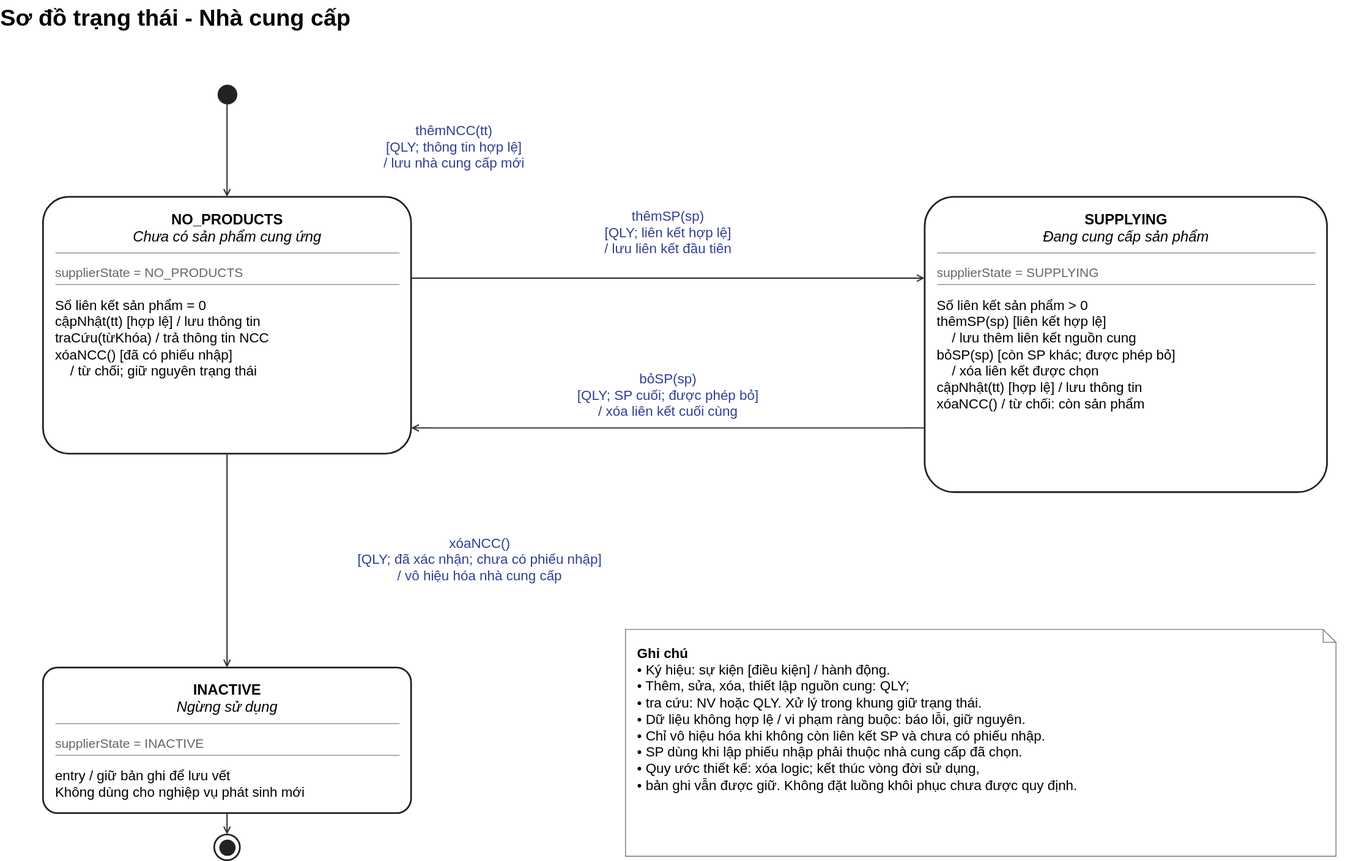
Above: 4.Submit_State/NCC.drawio.svg in DPEldich/DOC-OOAD (draw.io), before the change. Source tidied: cells renumbered, new cells last; positions are measured from the earlier drawing's top-left corner, leaving out a move shared by most shapes.
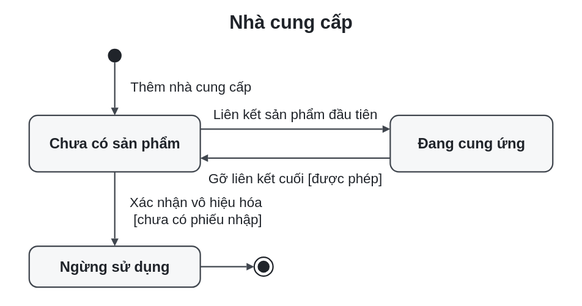
After the commit.

What changed in the source:
```diff
@@ -1,120 +1,50 @@
-<mxGraphModel>
+<mxGraphModel background="#ffffff">
   <root>
     <mxCell id="0" />
     <mxCell id="1" parent="0" />
-    <mxCell id="2" value="&lt;b&gt;Sơ đồ trạng thái - Nhà cung cấp&lt;/b&gt;" style="text;html=1;strokeColor=none;fillColor=none;align=left;verticalAlign=top;whiteSpace=wrap;overflow=hidden;fontFamily=Arial;spacing=0;fontSize=27;" parent="1" vertex="1">
-      <mxGeometry width="1600" height="34" as="geometry" />
+    <mxCell id="2" value="Nhà cung cấp" style="text;strokeColor=none;fillColor=none;fontSize=22;fontStyle=1;fontFamily=Arial;fontColor=#20242a;align=center;verticalAlign=middle;whiteSpace=wrap;html=0;" parent="1" vertex="1">
+      <mxGeometry x="-32" y="-12" width="664" height="36" as="geometry" />
     </mxCell>
+    <mxCell id="21" style="ellipse;strokeColor=#20242a;fillColor=#20242a;strokeWidth=1.6;fontFamily=Arial;fontColor=#20242a;align=center;verticalAlign=middle;whiteSpace=wrap;html=0;" parent="1" vertex="1">
+      <mxGeometry x="86" y="37" width="16" height="16" as="geometry" />
+    </mxCell>
-    <mxCell id="3" style="rounded=1;arcSize=10;whiteSpace=wrap;html=1;fillColor=#ffffff;strokeColor=#222222;strokeWidth=2;" parent="1" vertex="1">
-      <mxGeometry x="50" y="230" width="430" height="300" as="geometry" />
+    <mxCell id="3" value="Chưa có sản phẩm" style="rounded=1;absoluteArcSize=1;arcSize=20;strokeColor=#40464e;strokeWidth=1.6;fillColor=#f6f7f8;fontSize=17;fontStyle=1;fontFamily=Arial;fontColor=#20242a;align=center;verticalAlign=middle;whiteSpace=wrap;html=0;" parent="1" vertex="1">
+      <mxGeometry x="-6" y="115" width="200" height="66" as="geometry" />
     </mxCell>
-    <mxCell id="4" value="&lt;b&gt;NO_PRODUCTS&lt;/b&gt;&lt;br&gt;&lt;i&gt;Chưa có sản phẩm cung ứng&lt;/i&gt;" style="text;html=1;strokeColor=none;fillColor=none;align=left;verticalAlign=top;whiteSpace=wrap;overflow=hidden;fontFamily=Arial;spacing=0;fontSize=17;align=center;" parent="3" vertex="1">
-      <mxGeometry x="12" y="12" width="406" height="50" as="geometry" />
-    </mxCell>
-    <mxCell id="5" value="supplierState = NO_PRODUCTS" style="text;html=1;strokeColor=none;fillColor=none;align=left;verticalAlign=top;whiteSpace=wrap;overflow=hidden;fontFamily=Arial;spacing=0;fontSize=15;fontColor=#666666;" parent="3" vertex="1">
-      <mxGeometry x="14" y="75" width="402" height="25" as="geometry" />
-    </mxCell>
-    <mxCell id="6" value="Số liên kết sản phẩm = 0&lt;br&gt;cậpNhật(tt) [hợp lệ] / lưu thông tin&lt;br&gt;traCứu(từKhóa) / trả thông tin NCC&lt;br&gt;xóaNCC() [đã có phiếu nhập]&lt;br&gt;&amp;nbsp;&amp;nbsp;&amp;nbsp;&amp;nbsp;/ từ chối; giữ nguyên trạng thái" style="text;html=1;strokeColor=none;fillColor=none;align=left;verticalAlign=top;whiteSpace=wrap;overflow=hidden;fontFamily=Arial;spacing=0;fontSize=16;lineHeight=21;" parent="3" vertex="1">
-      <mxGeometry x="14" y="112" width="402" height="178" as="geometry" />
-    </mxCell>
-    <mxCell id="7" style="endArrow=none;startArrow=none;strokeColor=#9a7979;strokeWidth=1;html=1;" parent="3" edge="1">
-      <mxGeometry relative="1" as="geometry">
-        <mxPoint x="14" y="65" as="sourcePoint" />
-        <mxPoint x="416" y="65" as="targetPoint" />
-      </mxGeometry>
-    </mxCell>
-    <mxCell id="8" style="endArrow=none;startArrow=none;strokeColor=#9a7979;strokeWidth=1;html=1;" parent="3" edge="1">
-      <mxGeometry relative="1" as="geometry">
-        <mxPoint x="14" y="102" as="sourcePoint" />
-        <mxPoint x="416" y="102" as="targetPoint" />
-      </mxGeometry>
-    </mxCell>
-    <mxCell id="9" style="rounded=1;arcSize=10;whiteSpace=wrap;html=1;fillColor=#ffffff;strokeColor=#222222;strokeWidth=2;" parent="1" vertex="1">
-      <mxGeometry x="1080" y="230" width="470" height="345" as="geometry" />
+    <mxCell id="9" value="Đang cung ứng" style="rounded=1;absoluteArcSize=1;arcSize=20;strokeColor=#40464e;strokeWidth=1.6;fillColor=#f6f7f8;fontSize=17;fontStyle=1;fontFamily=Arial;fontColor=#20242a;align=center;verticalAlign=middle;whiteSpace=wrap;html=0;" parent="1" vertex="1">
+      <mxGeometry x="416" y="115" width="190" height="66" as="geometry" />
     </mxCell>
-    <mxCell id="10" value="&lt;b&gt;SUPPLYING&lt;/b&gt;&lt;br&gt;&lt;i&gt;Đang cung cấp sản phẩm&lt;/i&gt;" style="text;html=1;strokeColor=none;fillColor=none;align=left;verticalAlign=top;whiteSpace=wrap;overflow=hidden;fontFamily=Arial;spacing=0;fontSize=17;align=center;" parent="9" vertex="1">
-      <mxGeometry x="12" y="12" width="446" height="50" as="geometry" />
-    </mxCell>
-    <mxCell id="11" value="supplierState = SUPPLYING" style="text;html=1;strokeColor=none;fillColor=none;align=left;verticalAlign=top;whiteSpace=wrap;overflow=hidden;fontFamily=Arial;spacing=0;fontSize=15;fontColor=#666666;" parent="9" vertex="1">
-      <mxGeometry x="14" y="75" width="442" height="25" as="geometry" />
-    </mxCell>
-    <mxCell id="12" value="Số liên kết sản phẩm &amp;gt; 0&lt;br&gt;thêmSP(sp) [liên kết hợp lệ]&lt;br&gt;&amp;nbsp;&amp;nbsp;&amp;nbsp;&amp;nbsp;/ lưu thêm liên kết nguồn cung&lt;br&gt;bỏSP(sp) [còn SP khác; được phép bỏ]&lt;br&gt;&amp;nbsp;&amp;nbsp;&amp;nbsp;&amp;nbsp;/ xóa liên kết được chọn&lt;br&gt;cậpNhật(tt) [hợp lệ] / lưu thông tin&lt;br&gt;xóaNCC() / từ chối: còn sản phẩm" style="text;html=1;strokeColor=none;fillColor=none;align=left;verticalAlign=top;whiteSpace=wrap;overflow=hidden;fontFamily=Arial;spacing=0;fontSize=16;lineHeight=21;" parent="9" vertex="1">
-      <mxGeometry x="14" y="112" width="442" height="223" as="geometry" />
-    </mxCell>
-    <mxCell id="13" style="endArrow=none;startArrow=none;strokeColor=#9a7979;strokeWidth=1;html=1;" parent="9" edge="1">
-      <mxGeometry relative="1" as="geometry">
-        <mxPoint x="14" y="65" as="sourcePoint" />
-        <mxPoint x="456" y="65" as="targetPoint" />
-      </mxGeometry>
-    </mxCell>
-    <mxCell id="14" style="endArrow=none;startArrow=none;strokeColor=#9a7979;strokeWidth=1;html=1;" parent="9" edge="1">
-      <mxGeometry relative="1" as="geometry">
-        <mxPoint x="14" y="102" as="sourcePoint" />
-        <mxPoint x="456" y="102" as="targetPoint" />
-      </mxGeometry>
-    </mxCell>
-    <mxCell id="15" style="rounded=1;arcSize=10;whiteSpace=wrap;html=1;fillColor=#ffffff;strokeColor=#222222;strokeWidth=2;" parent="1" vertex="1">
-      <mxGeometry x="50" y="780" width="430" height="170" as="geometry" />
+    <mxCell id="15" value="Ngừng sử dụng" style="rounded=1;absoluteArcSize=1;arcSize=20;strokeColor=#40464e;strokeWidth=1.6;fillColor=#f6f7f8;fontSize=17;fontStyle=1;fontFamily=Arial;fontColor=#20242a;align=center;verticalAlign=middle;whiteSpace=wrap;html=0;" parent="1" vertex="1">
+      <mxGeometry x="-6" y="268" width="200" height="48" as="geometry" />
     </mxCell>
-    <mxCell id="16" value="&lt;b&gt;INACTIVE&lt;/b&gt;&lt;br&gt;&lt;i&gt;Ngừng sử dụng&lt;/i&gt;" style="text;html=1;strokeColor=none;fillColor=none;align=left;verticalAlign=top;whiteSpace=wrap;overflow=hidden;fontFamily=Arial;spacing=0;fontSize=17;align=center;" parent="15" vertex="1">
-      <mxGeometry x="12" y="12" width="406" height="50" as="geometry" />
-    </mxCell>
-    <mxCell id="17" value="supplierState = INACTIVE" style="text;html=1;strokeColor=none;fillColor=none;align=left;verticalAlign=top;whiteSpace=wrap;overflow=hidden;fontFamily=Arial;spacing=0;fontSize=15;fontColor=#666666;" parent="15" vertex="1">
-      <mxGeometry x="14" y="75" width="402" height="25" as="geometry" />
-    </mxCell>
-    <mxCell id="18" value="entry / giữ bản ghi để lưu vết&lt;br&gt;Không dùng cho nghiệp vụ phát sinh mới" style="text;html=1;strokeColor=none;fillColor=none;align=left;verticalAlign=top;whiteSpace=wrap;overflow=hidden;fontFamily=Arial;spacing=0;fontSize=16;lineHeight=21;" parent="15" vertex="1">
-      <mxGeometry x="14" y="112" width="402" height="48" as="geometry" />
-    </mxCell>
-    <mxCell id="19" style="endArrow=none;startArrow=none;strokeColor=#9a7979;strokeWidth=1;html=1;" parent="15" edge="1">
-      <mxGeometry relative="1" as="geometry">
-        <mxPoint x="14" y="65" as="sourcePoint" />
-        <mxPoint x="416" y="65" as="targetPoint" />
-      </mxGeometry>
-    </mxCell>
-    <mxCell id="20" style="endArrow=none;startArrow=none;strokeColor=#9a7979;strokeWidth=1;html=1;" parent="15" edge="1">
-      <mxGeometry relative="1" as="geometry">
-        <mxPoint x="14" y="102" as="sourcePoint" />
-        <mxPoint x="416" y="102" as="targetPoint" />
-      </mxGeometry>
-    </mxCell>
-    <mxCell id="21" style="ellipse;html=1;fillColor=#222222;strokeColor=#222222;" parent="1" vertex="1">
-      <mxGeometry x="254" y="99" width="22" height="22" as="geometry" />
-    </mxCell>
-    <mxCell id="22" style="ellipse;html=1;fillColor=#ffffff;strokeColor=#222222;strokeWidth=2;" parent="1" vertex="1">
-      <mxGeometry x="250" y="975" width="30" height="30" as="geometry" />
+    <mxCell id="22" style="ellipse;fillColor=#ffffff;strokeColor=#20242a;strokeWidth=1.6;" parent="1" vertex="1">
+      <mxGeometry x="257" y="281" width="22" height="22" as="geometry" />
     </mxCell>
-    <mxCell id="23" style="ellipse;html=1;fillColor=#222222;strokeColor=#222222;" parent="1" vertex="1">
-      <mxGeometry x="256" y="981" width="18" height="18" as="geometry" />
+    <mxCell id="23" style="ellipse;fillColor=#20242a;strokeColor=none;" parent="22" vertex="1">
+      <mxGeometry x="4" y="4" width="14" height="14" as="geometry" />
     </mxCell>
-    <mxCell id="24" style="edgeStyle=none;rounded=1;endArrow=open;endFill=0;strokeColor=#333333;strokeWidth=1.5;exitX=0.5;exitY=1;exitPerimeter=0;entryX=0.5;entryY=0.0;entryPerimeter=0;" parent="1" edge="1" source="21" target="3">
-      <mxGeometry relative="1" as="geometry" />
+    <mxCell id="24" value="Thêm nhà cung cấp" style="noEdgeStyle=1;rounded=1;endArrow=block;endFill=1;endSize=8;strokeWidth=1.6;strokeColor=#40464e;fontFamily=Arial;fontSize=16;fontColor=#20242a;align=center;verticalAlign=middle;html=0;exitX=0.5;exitY=1;exitPerimeter=0;entryX=0.5;entryY=0;entryPerimeter=0;" parent="1" edge="1" source="21" target="3">
+      <mxGeometry relative="1" as="geometry">
+        <mxPoint x="89" y="-2" as="offset" />
+      </mxGeometry>
     </mxCell>
-    <mxCell id="25" value="thêmNCC(tt)&lt;br&gt;[QLY; thông tin hợp lệ]&lt;br&gt;/ lưu nhà cung cấp mới" style="text;html=1;strokeColor=none;fillColor=none;align=left;verticalAlign=top;whiteSpace=wrap;overflow=hidden;fontFamily=Arial;spacing=0;fontSize=16;fontColor=#303f92;align=center;fillColor=#ffffff;" parent="1" vertex="1">
-      <mxGeometry x="295" y="138" width="470" height="71" as="geometry" />
-    </mxCell>
-    <mxCell id="26" style="edgeStyle=none;rounded=1;endArrow=open;endFill=0;strokeColor=#333333;strokeWidth=1.5;exitX=1.0;exitY=0.31666666666666665;exitPerimeter=0;entryX=0.0;entryY=0.2753623188405797;entryPerimeter=0;" parent="1" edge="1" source="3" target="9">
-      <mxGeometry relative="1" as="geometry" />
+    <mxCell id="26" value="Liên kết sản phẩm đầu tiên" style="noEdgeStyle=1;rounded=1;endArrow=block;endFill=1;endSize=8;strokeWidth=1.6;strokeColor=#40464e;fontFamily=Arial;fontSize=16;fontColor=#20242a;align=center;verticalAlign=middle;html=0;exitX=1;exitY=0.242424;exitPerimeter=0;entryX=0;entryY=0.242424;entryPerimeter=0;" parent="1" edge="1" source="3" target="9">
+      <mxGeometry relative="1" as="geometry">
+        <mxPoint y="-17" as="offset" />
+      </mxGeometry>
     </mxCell>
-    <mxCell id="27" value="thêmSP(sp)&lt;br&gt;[QLY; liên kết hợp lệ]&lt;br&gt;/ lưu liên kết đầu tiên" style="text;html=1;strokeColor=none;fillColor=none;align=left;verticalAlign=top;whiteSpace=wrap;overflow=hidden;fontFamily=Arial;spacing=0;fontSize=16;fontColor=#303f92;align=center;fillColor=#ffffff;" parent="1" vertex="1">
-      <mxGeometry x="505" y="238" width="550" height="71" as="geometry" />
-    </mxCell>
-    <mxCell id="28" style="edgeStyle=none;rounded=1;endArrow=open;endFill=0;strokeColor=#333333;strokeWidth=1.5;exitX=0.0;exitY=0.782608695652174;exitPerimeter=0;entryX=1.0;entryY=0.9;entryPerimeter=0;" parent="1" edge="1" source="9" target="3">
-      <mxGeometry relative="1" as="geometry" />
+    <mxCell id="28" value="Gỡ liên kết cuối [được phép]" style="noEdgeStyle=1;rounded=1;endArrow=block;endFill=1;endSize=8;strokeWidth=1.6;strokeColor=#40464e;fontFamily=Arial;fontSize=16;fontColor=#20242a;align=center;verticalAlign=middle;html=0;exitX=0;exitY=0.757576;exitPerimeter=0;entryX=1;entryY=0.757576;entryPerimeter=0;" parent="1" edge="1" source="9" target="3">
+      <mxGeometry relative="1" as="geometry">
+        <mxPoint y="24" as="offset" />
+      </mxGeometry>
     </mxCell>
-    <mxCell id="29" value="bỏSP(sp)&lt;br&gt;[QLY; SP cuối; được phép bỏ]&lt;br&gt;/ xóa liên kết cuối cùng" style="text;html=1;strokeColor=none;fillColor=none;align=left;verticalAlign=top;whiteSpace=wrap;overflow=hidden;fontFamily=Arial;spacing=0;fontSize=16;fontColor=#303f92;align=center;fillColor=#ffffff;" parent="1" vertex="1">
-      <mxGeometry x="505" y="428" width="550" height="71" as="geometry" />
-    </mxCell>
-    <mxCell id="30" style="edgeStyle=none;rounded=1;endArrow=open;endFill=0;strokeColor=#333333;strokeWidth=1.5;exitX=0.5;exitY=1.0;exitPerimeter=0;entryX=0.5;entryY=0.0;entryPerimeter=0;" parent="1" edge="1" source="3" target="15">
-      <mxGeometry relative="1" as="geometry" />
+    <mxCell id="30" value="Xác nhận vô hiệu hóa&#10;[chưa có phiếu nhập]" style="noEdgeStyle=1;rounded=1;endArrow=block;endFill=1;endSize=8;strokeWidth=1.6;strokeColor=#40464e;fontFamily=Arial;fontSize=16;fontColor=#20242a;align=center;verticalAlign=middle;html=0;exitX=0.5;exitY=1;exitPerimeter=0;entryX=0.5;entryY=0;entryPerimeter=0;" parent="1" edge="1" source="3" target="15">
+      <mxGeometry relative="1" as="geometry">
+        <mxPoint x="97" y="2.5" as="offset" />
+      </mxGeometry>
     </mxCell>
-    <mxCell id="31" value="xóaNCC()&lt;br&gt;[QLY; đã xác nhận; chưa có phiếu nhập]&lt;br&gt;/ vô hiệu hóa nhà cung cấp" style="text;html=1;strokeColor=none;fillColor=none;align=left;verticalAlign=top;whiteSpace=wrap;overflow=hidden;fontFamily=Arial;spacing=0;fontSize=16;fontColor=#303f92;align=center;fillColor=#ffffff;" parent="1" vertex="1">
-      <mxGeometry x="285" y="620" width="550" height="71" as="geometry" />
-    </mxCell>
-    <mxCell id="32" style="edgeStyle=none;rounded=1;endArrow=open;endFill=0;strokeColor=#333333;strokeWidth=1.5;exitX=0.5;exitY=1.0;exitPerimeter=0;entryX=0.5;entryY=0;entryPerimeter=0;" parent="1" edge="1" source="15" target="22">
+    <mxCell id="32" style="noEdgeStyle=1;rounded=1;endArrow=block;endFill=1;endSize=8;strokeWidth=1.6;strokeColor=#40464e;fontFamily=Arial;fontSize=16;fontColor=#20242a;align=center;verticalAlign=middle;html=0;exitX=1;exitY=0.5;exitPerimeter=0;entryX=0;entryY=0.5;entryPerimeter=0;" parent="1" edge="1" source="15" target="22">
       <mxGeometry relative="1" as="geometry" />
     </mxCell>
-    <mxCell id="33" value="&lt;b&gt;Ghi chú&lt;/b&gt;&lt;br&gt;• Ký hiệu: sự kiện [điều kiện] / hành động.&lt;br&gt;• Thêm, sửa, xóa, thiết lập nguồn cung: QLY;&lt;br&gt;• tra cứu: NV hoặc QLY. Xử lý trong khung giữ trạng thái.&lt;br&gt;• Dữ liệu không hợp lệ / vi phạm ràng buộc: báo lỗi, giữ nguyên.&lt;br&gt;• Chỉ vô hiệu hóa khi không còn liên kết SP và chưa có phiếu nhập.&lt;br&gt;• SP dùng khi lập phiếu nhập phải thuộc nhà cung cấp đã chọn.&lt;br&gt;• Quy ước thiết kế: xóa logic; kết thúc vòng đời sử dụng,&lt;br&gt;• bản ghi vẫn được giữ. Không đặt luồng khôi phục chưa được quy định." style="shape=note;size=15;html=1;whiteSpace=wrap;fillColor=#ffffff;strokeColor=#777777;fontFamily=Arial;fontSize=16;align=left;verticalAlign=top;spacing=14;" parent="1" vertex="1">
-      <mxGeometry x="730" y="735" width="830" height="265" as="geometry" />
-    </mxCell>
   </root>
 </mxGraphModel>
```
